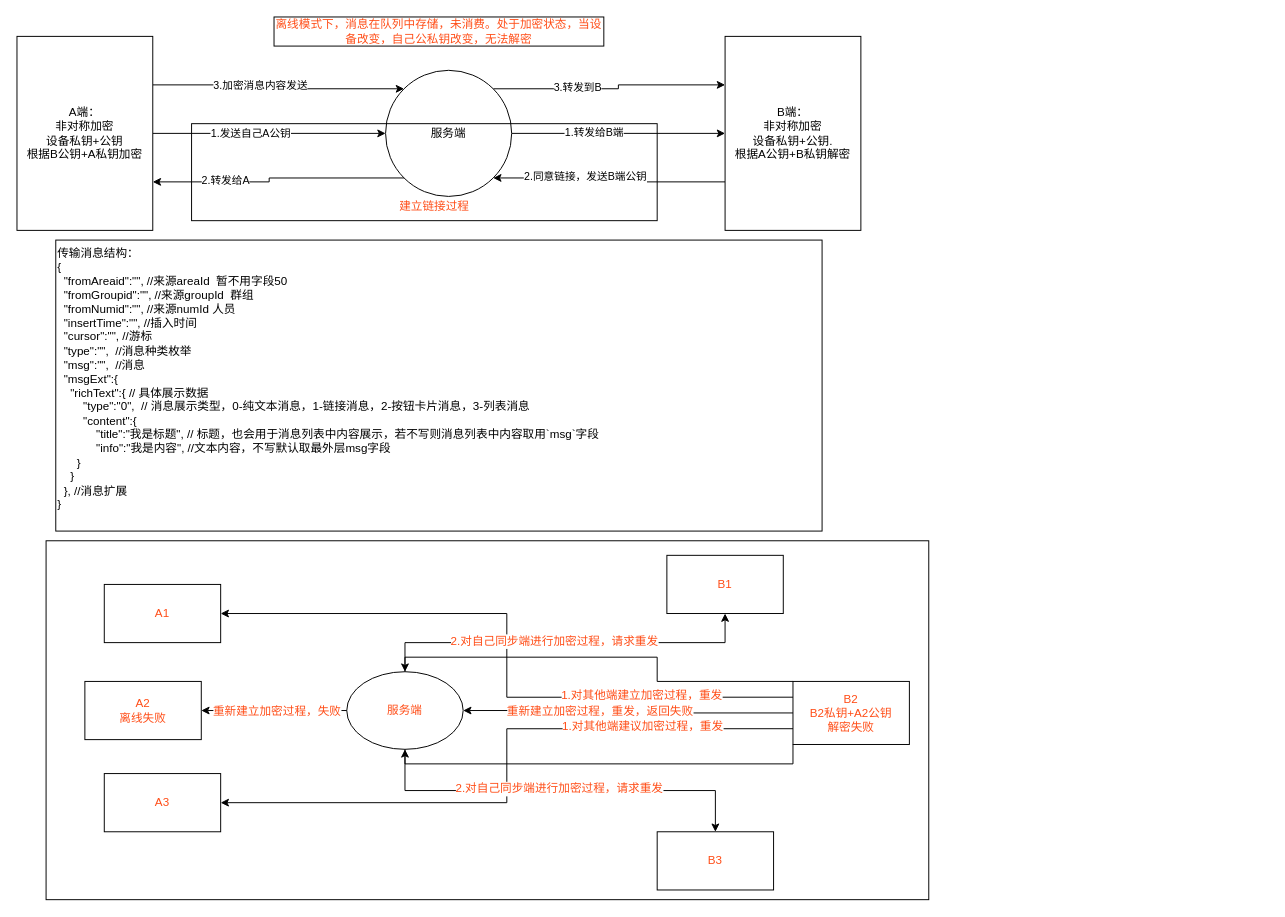
Earlier version of the draw.io diagram 端对端加密.drawio (panhf/tu). Source tidied: cells renumbered, new cells numbered last; positions are measured from the earlier drawing's top-left corner, leaving out a move shared by most shapes. Both pictures are drawn from the tidied source at 97%, with x=0, y=0 at pixel (16, 16).
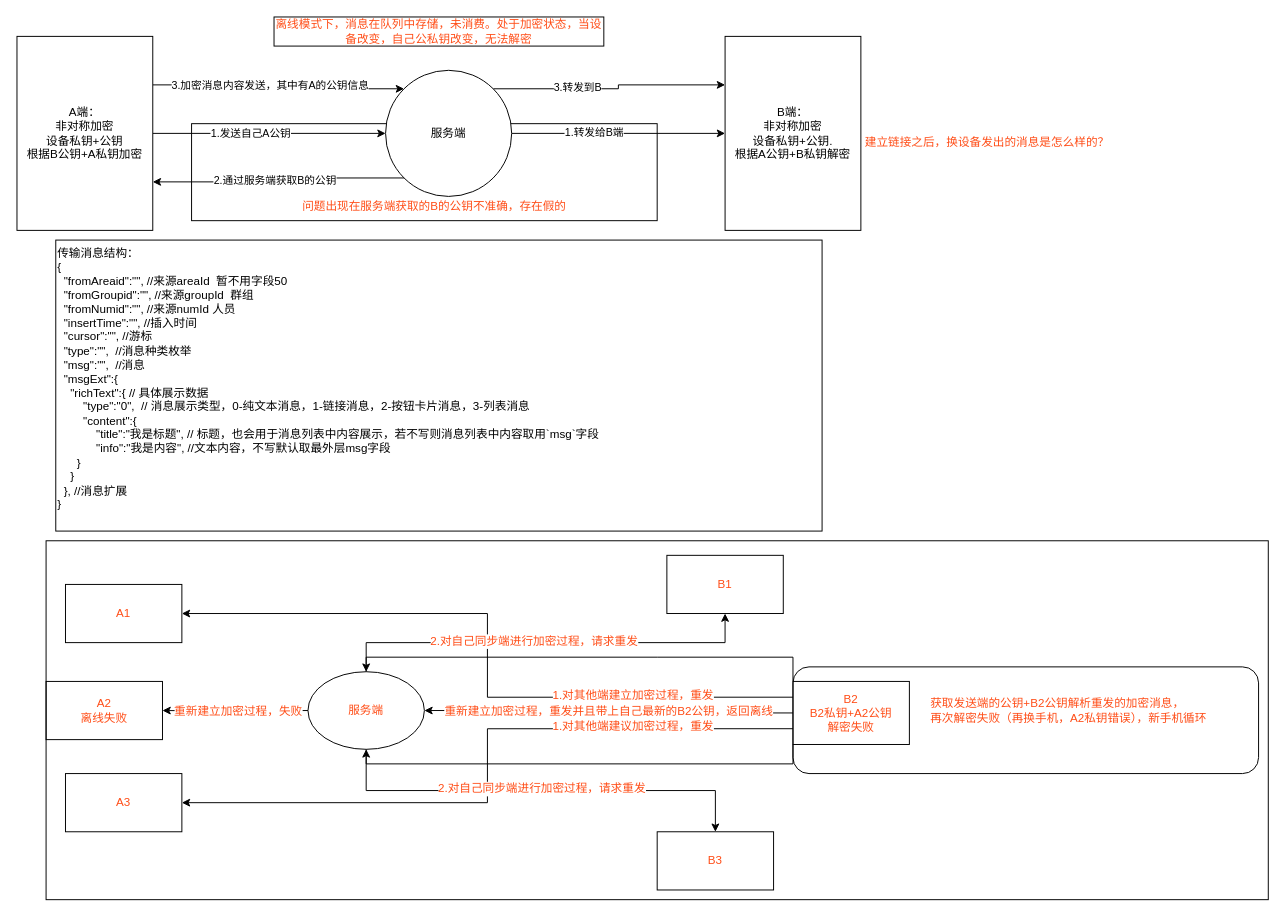
Above is the later version.

Commit message:
更新端对端加密.drawio  逻辑，采用服务端获取方式

The change refers to these unchanged cells:
```xml
<mxCell id="4" style="edgeStyle=orthogonalEdgeStyle;rounded=0;jettySize=auto;html=1;exitX=1;exitY=0.25;exitDx=0;exitDy=0;entryX=0;entryY=0;entryDx=0;entryDy=0;" parent="1" edge="1" source="6" target="16">
  <mxGeometry relative="1" as="geometry" />
</mxCell>
<mxCell id="9" value="B端：&lt;br&gt;非对称加密&lt;br style=&quot;border-color: var(--border-color);&quot;&gt;设备私钥+公钥.&lt;br&gt;根据A公钥+B私钥解密" style="rounded=0;whiteSpace=wrap;html=1;" parent="1" vertex="1">
  <mxGeometry x="730" y="20" width="140" height="200" as="geometry" />
</mxCell>
<mxCell id="12" style="edgeStyle=orthogonalEdgeStyle;rounded=0;jettySize=auto;html=1;exitX=0;exitY=1;exitDx=0;exitDy=0;entryX=1;entryY=0.75;entryDx=0;entryDy=0;" parent="1" edge="1" source="16" target="6">
  <mxGeometry relative="1" as="geometry" />
</mxCell>
<mxCell id="16" value="服务端" style="ellipse;whiteSpace=wrap;html=1;" parent="1" vertex="1">
  <mxGeometry x="380" y="55" width="130" height="130" as="geometry" />
</mxCell>
<mxCell id="26" style="edgeStyle=orthogonalEdgeStyle;rounded=0;jettySize=auto;html=1;exitX=0;exitY=0.5;exitDx=0;exitDy=0;fontSize=12;fontColor=#FF4D17;" parent="1" edge="1" source="34" target="42">
  <mxGeometry relative="1" as="geometry" />
</mxCell>
```

What changed in the source:
```diff
@@
+    <mxCell id="18" style="rounded=0;whiteSpace=wrap;html=1;strokeColor=default;fontSize=12;fontColor=#FF4D17;fillColor=none;" parent="1" vertex="1">
+      <mxGeometry x="180" y="110" width="480" height="100" as="geometry" />
+    </mxCell>
@@
-    <mxCell id="5" value="3.加密消息内容发送" style="edgeLabel;html=1;align=center;verticalAlign=middle;" parent="4" vertex="1">
+    <mxCell id="5" value="3.加密消息内容发送，其中有A的公钥信息" style="edgeLabel;html=1;align=center;verticalAlign=middle;" parent="4" vertex="1">
       <mxGeometry x="-0.34" relative="1" as="geometry">
-        <mxPoint x="23" as="offset" />
+        <mxPoint x="33" as="offset" />
       </mxGeometry>
     </mxCell>
@@
-    <mxCell id="7" style="edgeStyle=orthogonalEdgeStyle;rounded=0;jettySize=auto;html=1;exitX=0;exitY=0.75;exitDx=0;exitDy=0;entryX=1;entryY=1;entryDx=0;entryDy=0;" parent="1" edge="1" source="9" target="16">
-      <mxGeometry relative="1" as="geometry" />
-    </mxCell>
-    <mxCell id="8" value="2.同意链接，发送B端公钥" style="edgeLabel;html=1;align=center;verticalAlign=middle;" parent="7" vertex="1">
-      <mxGeometry x="0.23" y="-1" relative="1" as="geometry" />
-    </mxCell>
@@
-    <mxCell id="13" value="2.转发给A" style="edgeLabel;html=1;align=center;verticalAlign=middle;" parent="12" vertex="1">
-      <mxGeometry x="0.44" y="-2" relative="1" as="geometry" />
+    <mxCell id="13" value="2.通过服务端获取B的公钥" style="edgeLabel;html=1;align=center;verticalAlign=middle;" parent="12" vertex="1">
+      <mxGeometry x="0.44" y="-2" relative="1" as="geometry">
+        <mxPoint x="51" as="offset" />
+      </mxGeometry>
     </mxCell>
@@
-    <mxCell id="18" style="rounded=0;whiteSpace=wrap;html=1;strokeColor=default;fontSize=12;fontColor=#FF4D17;fillColor=none;" parent="1" vertex="1">
-      <mxGeometry x="180" y="110" width="480" height="100" as="geometry" />
-    </mxCell>
-    <mxCell id="19" value="建立链接过程" style="text;html=1;align=center;verticalAlign=middle;strokeColor=none;fillColor=none;fontSize=12;fontColor=#FF4D17;" parent="1" vertex="1">
-      <mxGeometry x="380" y="180" width="100" height="30" as="geometry" />
+    <mxCell id="19" value="问题出现在服务端获取的B的公钥不准确，存在假的" style="text;html=1;align=center;verticalAlign=middle;strokeColor=none;fillColor=none;fontSize=12;fontColor=#FF4D17;" parent="1" vertex="1">
+      <mxGeometry x="280" y="180" width="300" height="30" as="geometry" />
     </mxCell>
@@
     <mxCell id="21" style="rounded=0;whiteSpace=wrap;html=1;strokeColor=default;fontSize=12;fontColor=#FF4D17;fillColor=none;" parent="1" vertex="1">
-      <mxGeometry x="30" y="540" width="910" height="370" as="geometry" />
+      <mxGeometry x="30" y="540" width="1260" height="370" as="geometry" />
     </mxCell>
     <mxCell id="22" value="A1" style="rounded=0;whiteSpace=wrap;html=1;strokeColor=default;fontSize=12;fontColor=#FF4D17;fillColor=none;" parent="1" vertex="1">
-      <mxGeometry x="90" y="585" width="120" height="60" as="geometry" />
+      <mxGeometry x="50" y="585" width="120" height="60" as="geometry" />
     </mxCell>
     <mxCell id="23" value="A2&lt;br&gt;离线失败" style="rounded=0;whiteSpace=wrap;html=1;strokeColor=default;fontSize=12;fontColor=#FF4D17;fillColor=none;" parent="1" vertex="1">
-      <mxGeometry x="70" y="685" width="120" height="60" as="geometry" />
+      <mxGeometry x="30" y="685" width="120" height="60" as="geometry" />
     </mxCell>
     <mxCell id="24" value="A3" style="rounded=0;whiteSpace=wrap;html=1;strokeColor=default;fontSize=12;fontColor=#FF4D17;fillColor=none;" parent="1" vertex="1">
-      <mxGeometry x="90" y="780" width="120" height="60" as="geometry" />
+      <mxGeometry x="50" y="780" width="120" height="60" as="geometry" />
     </mxCell>
@@
-    <mxCell id="27" value="重新建立加密过程，重发，返回失败" style="edgeLabel;html=1;align=center;verticalAlign=middle;fontSize=12;fontColor=#FF4D17;" parent="26" vertex="1">
+    <mxCell id="27" value="重新建立加密过程，重发并且带上自己最新的B2公钥，返回离线" style="edgeLabel;html=1;align=center;verticalAlign=middle;fontSize=12;fontColor=#FF4D17;" parent="26" vertex="1">
       <mxGeometry x="0.31" y="2" relative="1" as="geometry">
-        <mxPoint x="22" y="-2" as="offset" />
+        <mxPoint x="58" y="-2" as="offset" />
       </mxGeometry>
     </mxCell>
@@
-    <mxCell id="36" style="edgeStyle=orthogonalEdgeStyle;rounded=0;jettySize=auto;html=1;exitX=0;exitY=0.5;exitDx=0;exitDy=0;fontSize=12;fontColor=#FF4D17;" parent="1" edge="1" source="42" target="23">
-      <mxGeometry relative="1" as="geometry" />
+    <mxCell id="36" style="edgeStyle=orthogonalEdgeStyle;rounded=0;jettySize=auto;html=1;exitX=0;exitY=0.5;exitDx=0;exitDy=0;fontSize=12;fontColor=#FF4D17;" parent="1" edge="1" target="23">
+      <mxGeometry relative="1" as="geometry">
+        <mxPoint x="300" y="715" as="sourcePoint" />
+      </mxGeometry>
     </mxCell>
@@
     <mxCell id="42" value="服务端" style="ellipse;whiteSpace=wrap;html=1;strokeColor=default;fontSize=12;fontColor=#FF4D17;fillColor=none;" parent="1" vertex="1">
-      <mxGeometry x="340" y="675" width="120" height="80" as="geometry" />
+      <mxGeometry x="300" y="675" width="120" height="80" as="geometry" />
     </mxCell>
+    <mxCell id="43" style="rounded=1;whiteSpace=wrap;html=1;strokeColor=default;fontSize=12;fontColor=#FF4D17;fillColor=none;" parent="1" vertex="1">
+      <mxGeometry x="800" y="670" width="480" height="110" as="geometry" />
+    </mxCell>
+    <mxCell id="44" value="获取发送端的公钥+B2公钥解析重发的加密消息，&lt;br&gt;再次解密失败（再换手机，A2私钥错误），新手机循环" style="text;html=1;align=left;verticalAlign=middle;strokeColor=none;fillColor=none;fontSize=12;fontColor=#FF4D17;" parent="1" vertex="1">
+      <mxGeometry x="940" y="695" width="310" height="40" as="geometry" />
+    </mxCell>
+    <mxCell id="45" value="建立链接之后，换设备发出的消息是怎么样的？" style="text;html=1;align=center;verticalAlign=middle;strokeColor=none;fillColor=none;fontSize=12;fontColor=#FF4D17;" parent="1" vertex="1">
+      <mxGeometry x="860" y="115" width="280" height="30" as="geometry" />
+    </mxCell>
```
